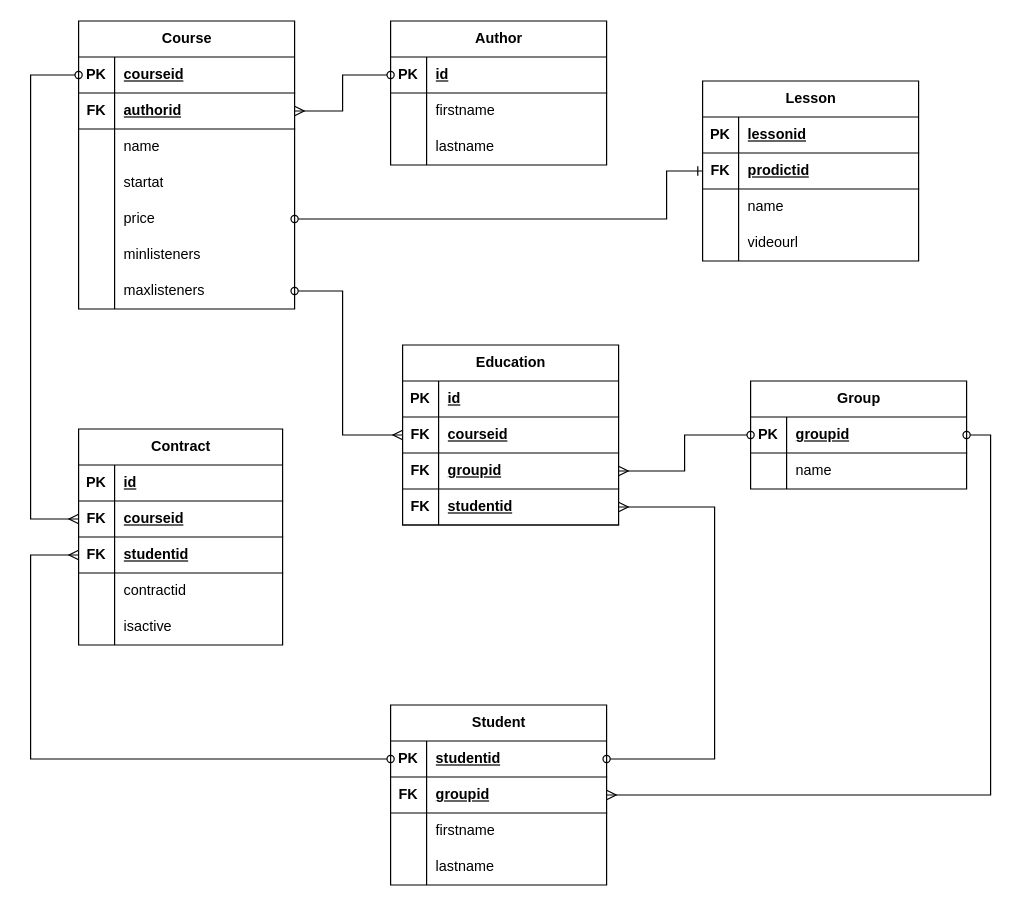
Above: doc/test-study-er.drawio in filthps/edu (draw.io), before the change. Source tidied: cells renumbered, new cells numbered last; positions are measured from the earlier drawing's top-left corner, leaving out a move shared by most shapes. Both pictures are drawn from the tidied source at 120%, with x=0, y=0 at pixel (30, 20).
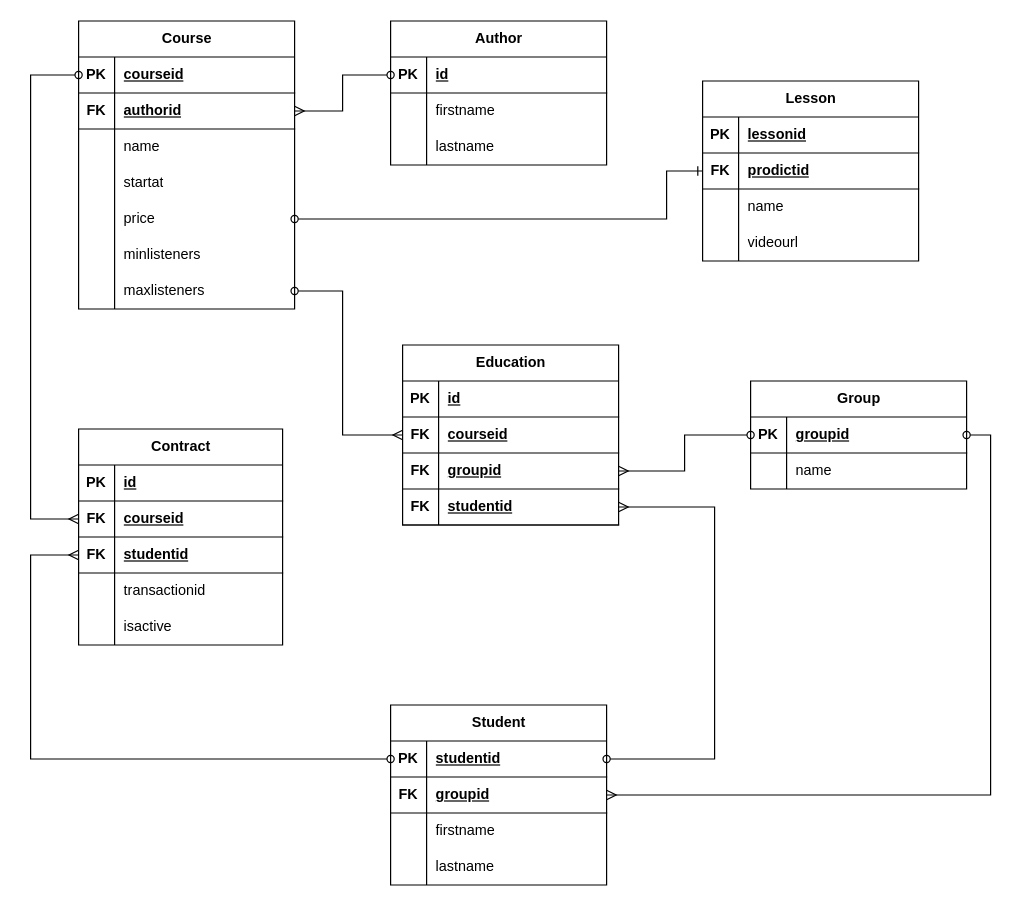
The same diagram, later.

Unchanged cells that the change refers to:
```xml
<mxCell id="57" style="shape=tableRow;horizontal=0;startSize=0;swimlaneHead=0;swimlaneBody=0;fillColor=none;top=0;left=0;right=0;bottom=0;" parent="47" vertex="1">
  <mxGeometry y="120" width="170" height="30" as="geometry" />
</mxCell>
```

The edit, as a diff of the source:
```diff
@@
-    <mxCell id="59" value="contractid" style="shape=partialRectangle;fillColor=none;top=0;left=0;bottom=0;right=0;align=left;spacingLeft=6;overflow=hidden;whiteSpace=wrap;html=1;" parent="57" vertex="1">
+    <mxCell id="59" value="transactionid" style="shape=partialRectangle;fillColor=none;top=0;left=0;bottom=0;right=0;align=left;spacingLeft=6;overflow=hidden;whiteSpace=wrap;html=1;" parent="57" vertex="1">
       <mxGeometry x="30" width="140" height="30" as="geometry" />
     </mxCell>
```
